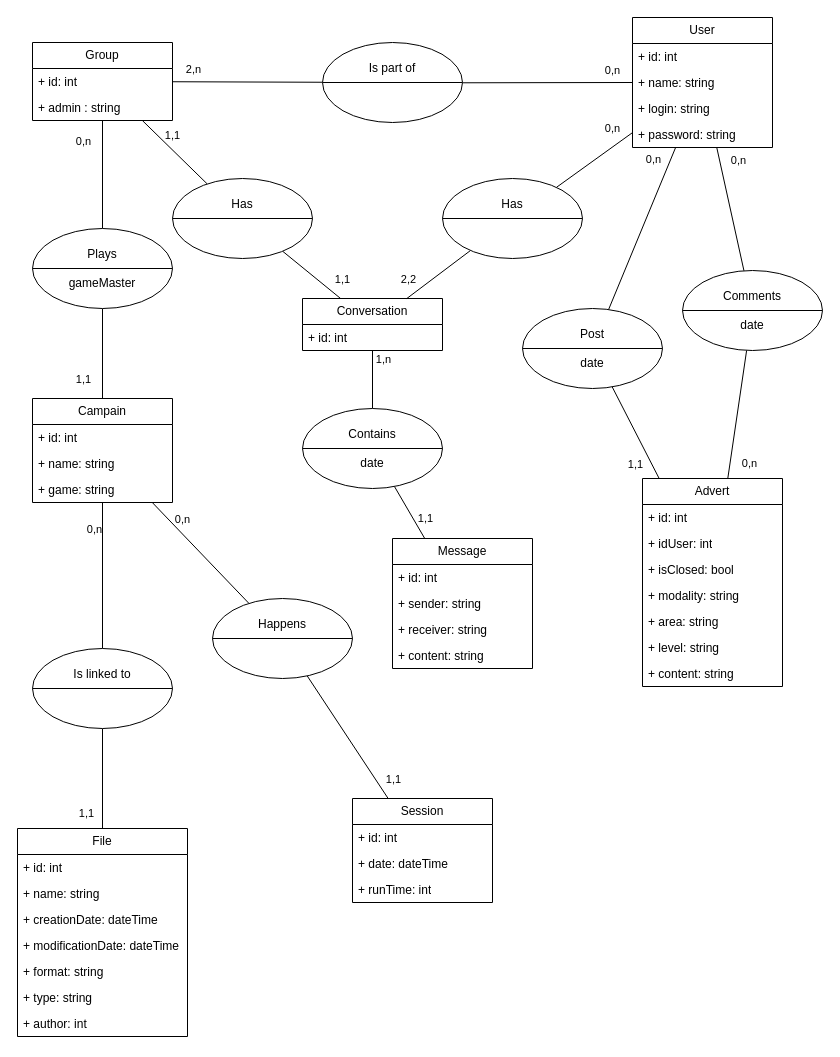
Above: page "MCD" (1 of 3) of Documentation/Diagrames.drawio in ThreeLeggedDuckling/I3WAD_SymfonyProject (draw.io), before the change. Source tidied: cells renumbered, new cells numbered last; positions are measured from the earlier drawing's top-left corner, leaving out a move shared by most shapes. Both pictures are drawn from the tidied source at 100%, with x=0, y=0 at pixel (17, 17).
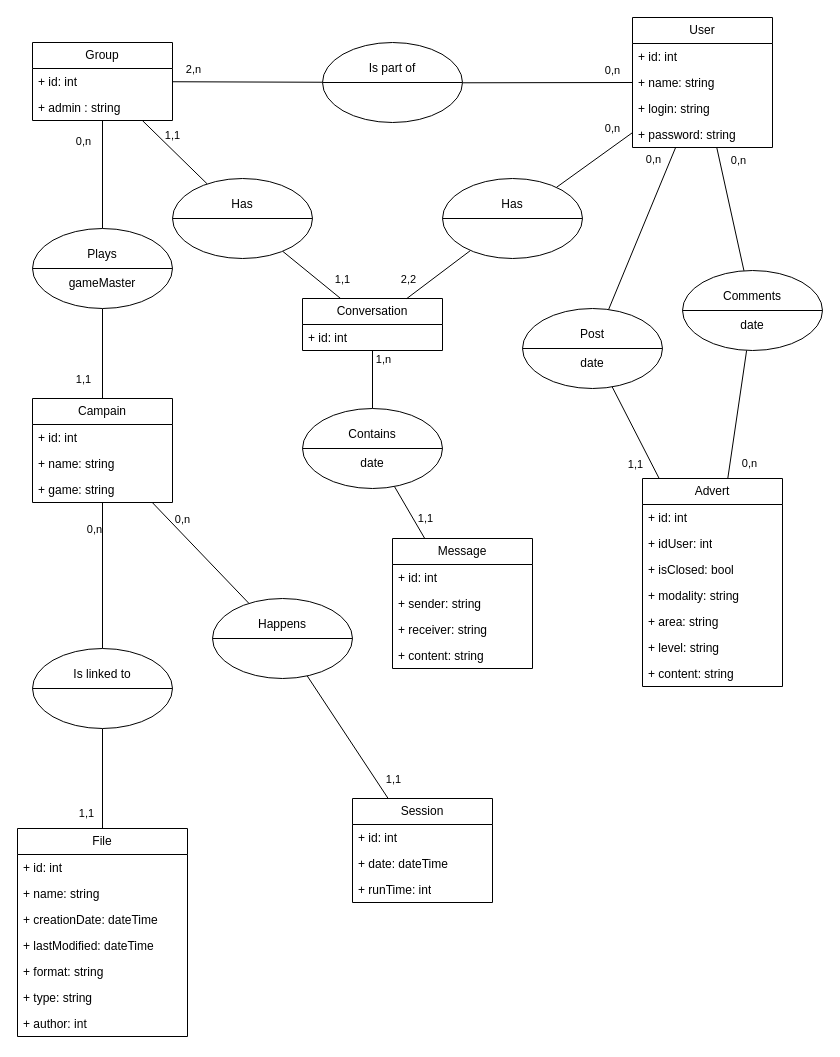
The same diagram, later.

Unchanged cells that the change refers to:
```xml
<mxCell id="29" value="File" style="swimlane;fontStyle=0;horizontal=1;startSize=26;fillColor=none;whiteSpace=wrap;html=1;" parent="1" vertex="1">
  <mxGeometry y="811" width="170" height="208" as="geometry" />
</mxCell>
```

The edit, as a diff of the source:
```diff
@@
-    <mxCell id="33" value="+ modificationDate: dateTime" style="text;strokeColor=none;fillColor=none;align=left;verticalAlign=top;spacingLeft=4;spacingRight=4;overflow=hidden;whiteSpace=wrap;html=1;" parent="29" vertex="1">
+    <mxCell id="33" value="+ lastModified: dateTime" style="text;strokeColor=none;fillColor=none;align=left;verticalAlign=top;spacingLeft=4;spacingRight=4;overflow=hidden;whiteSpace=wrap;html=1;" parent="29" vertex="1">
       <mxGeometry y="104" width="170" height="26" as="geometry" />
     </mxCell>
```
